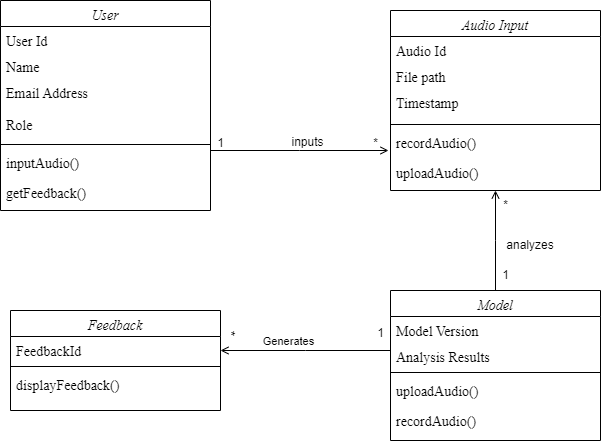
Earlier version of the draw.io export AMDClassDiagram.drawio.png (JoshiPrabin/Diagrams). Source tidied: cells renumbered, new cells last; positions are measured from the earlier drawing's top-left corner, leaving out a move shared by most shapes.
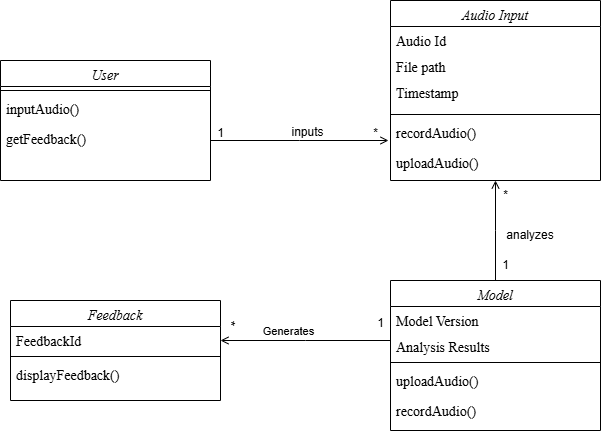
After the commit.

The edit, as a diff of the source:
```diff
@@ -3,28 +3,16 @@
     <mxCell id="0" />
     <mxCell id="1" parent="0" />
     <mxCell id="2" value="User" style="swimlane;fontStyle=2;align=center;verticalAlign=top;horizontal=1;startSize=26;rounded=0;shadow=0;strokeWidth=1;fontFamily=Times New Roman;fontSize=14;" parent="1" vertex="1">
-      <mxGeometry width="210" height="210" as="geometry" />
+      <mxGeometry y="70" width="210" height="120" as="geometry" />
     </mxCell>
-    <mxCell id="3" value="User Id&#10;" style="text;align=left;verticalAlign=top;spacingLeft=4;spacingRight=4;overflow=hidden;fontSize=14;fontFamily=Times New Roman;" parent="2" vertex="1">
-      <mxGeometry y="26" width="210" height="26" as="geometry" />
-    </mxCell>
-    <mxCell id="4" value="Name" style="text;align=left;verticalAlign=top;spacingLeft=4;spacingRight=4;overflow=hidden;rounded=0;shadow=0;html=0;fontFamily=Times New Roman;fontSize=14;" parent="2" vertex="1">
-      <mxGeometry y="52" width="210" height="26" as="geometry" />
-    </mxCell>
-    <mxCell id="5" value="Email Address" style="text;align=left;verticalAlign=top;spacingLeft=4;spacingRight=4;overflow=hidden;rounded=0;shadow=0;html=0;fontSize=14;fontFamily=Times New Roman;" parent="2" vertex="1">
-      <mxGeometry y="78" width="210" height="32" as="geometry" />
-    </mxCell>
-    <mxCell id="6" value="Role" style="text;align=left;verticalAlign=top;spacingLeft=4;spacingRight=4;overflow=hidden;fontFamily=Times New Roman;fontSize=14;" parent="2" vertex="1">
-      <mxGeometry y="110" width="210" height="30" as="geometry" />
-    </mxCell>
     <mxCell id="7" style="line;html=1;strokeWidth=1;align=left;verticalAlign=middle;spacingTop=-1;spacingLeft=3;spacingRight=3;labelPosition=right;" parent="2" vertex="1">
-      <mxGeometry y="140" width="210" height="8" as="geometry" />
+      <mxGeometry y="26" width="210" height="8" as="geometry" />
     </mxCell>
     <mxCell id="8" value="inputAudio()" style="text;align=left;verticalAlign=top;spacingLeft=4;spacingRight=4;overflow=hidden;fontFamily=Times New Roman;fontSize=14;" parent="2" vertex="1">
-      <mxGeometry y="148" width="210" height="30" as="geometry" />
+      <mxGeometry y="34" width="210" height="30" as="geometry" />
     </mxCell>
     <mxCell id="9" value="getFeedback()" style="text;align=left;verticalAlign=top;spacingLeft=4;spacingRight=4;overflow=hidden;fontFamily=Times New Roman;fontSize=14;" parent="2" vertex="1">
-      <mxGeometry y="178" width="210" height="30" as="geometry" />
+      <mxGeometry y="64" width="210" height="30" as="geometry" />
     </mxCell>
     <mxCell id="10" style="endArrow=open;shadow=0;strokeWidth=1;rounded=0;curved=0;endFill=1;edgeStyle=elbowEdgeStyle;elbow=vertical;" parent="1" edge="1" source="2">
       <mxGeometry x="0.5" y="41" relative="1" as="geometry">
```
